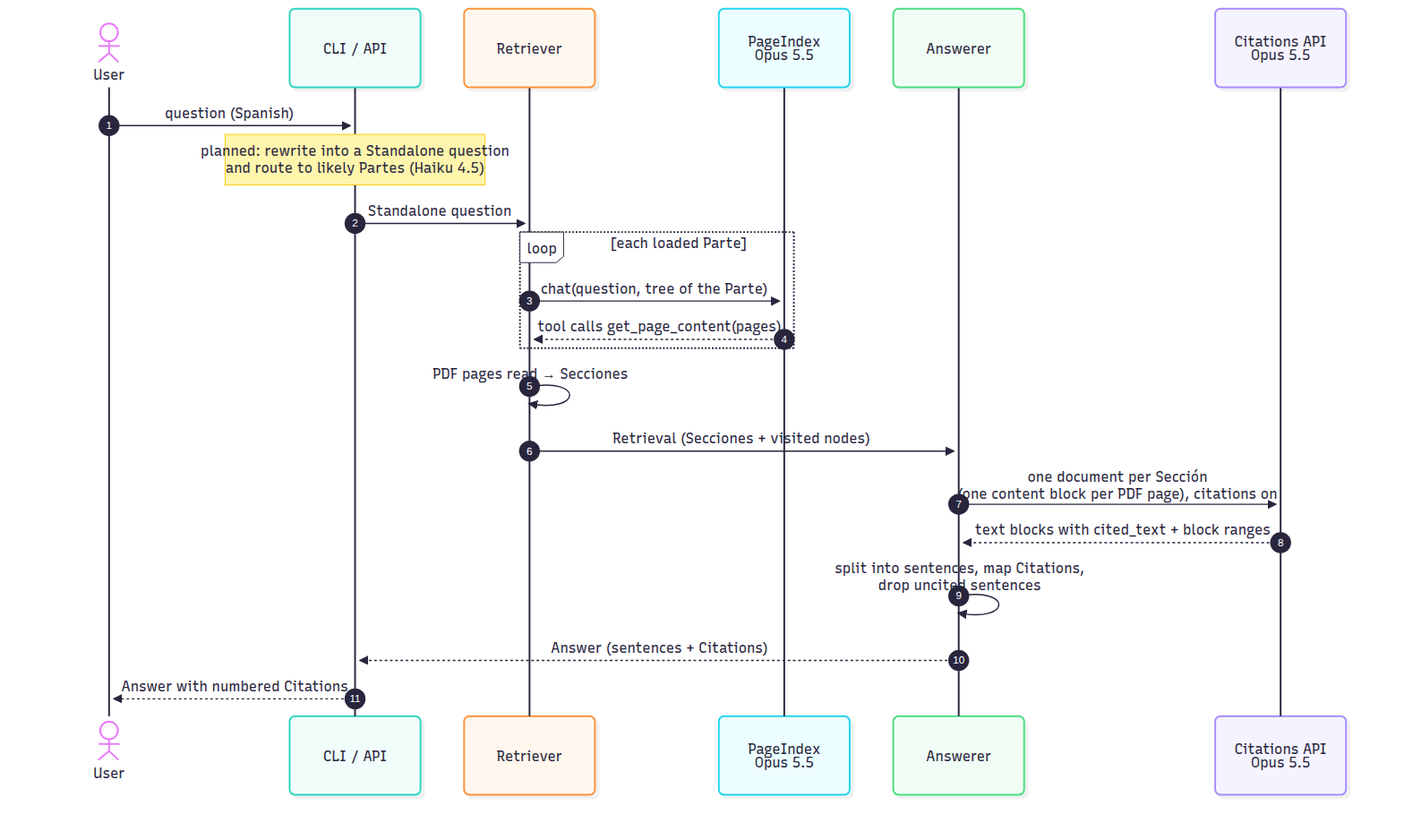
Earlier version of the Mermaid export docs/diagrams/answering.png (Guernik/raac-rag). Its source is kept beside it as docs/diagrams/answering.mmd. Its diagram source:
```mermaid
sequenceDiagram
    autonumber
    actor U as User
    participant C as CLI / API
    participant R as Retriever
    participant P as PageIndex<br/>Opus 5.5
    participant A as Answerer
    participant L as Citations API<br/>Opus 5.5

    U->>C: question (Spanish)
    Note over C: planned: rewrite into a Standalone question<br/>and route to likely Partes (Haiku 4.5)
    C->>R: Standalone question
    loop each loaded Parte
        R->>P: chat(question, tree of the Parte)
        P-->>R: tool calls get_page_content(pages)
    end
    R->>R: PDF pages read → Secciones
    R->>A: Retrieval (Secciones + visited nodes)
    A->>L: one document per Sección<br/>(one content block per PDF page), citations on
    L-->>A: text blocks with cited_text + block ranges
    A->>A: split into sentences, map Citations,<br/>drop uncited sentences
    A-->>C: Answer (sentences + Citations)
    C-->>U: Answer with numbered Citations
```
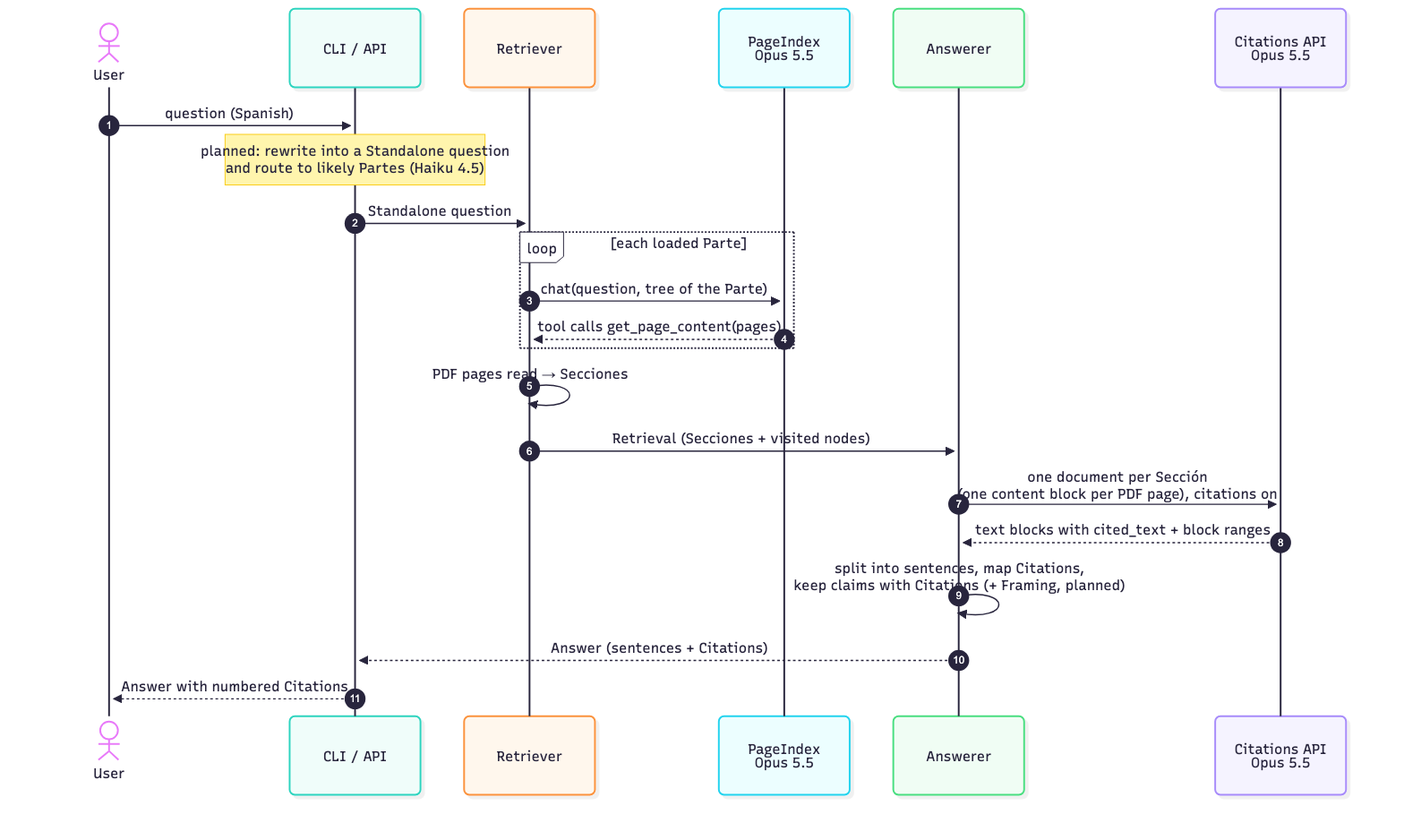
Above is the later version.

Commit message:
docs: diagrams reflect ADR 0003 Framing, coverage line and raac eval

What changed in the source:
```diff
@@ -18,6 +18,6 @@
     R->>A: Retrieval (Secciones + visited nodes)
     A->>L: one document per Sección<br/>(one content block per PDF page), citations on
     L-->>A: text blocks with cited_text + block ranges
-    A->>A: split into sentences, map Citations,<br/>drop uncited sentences
+    A->>A: split into sentences, map Citations,<br/>keep claims with Citations (+ Framing, planned)
     A-->>C: Answer (sentences + Citations)
     C-->>U: Answer with numbered Citations
```
